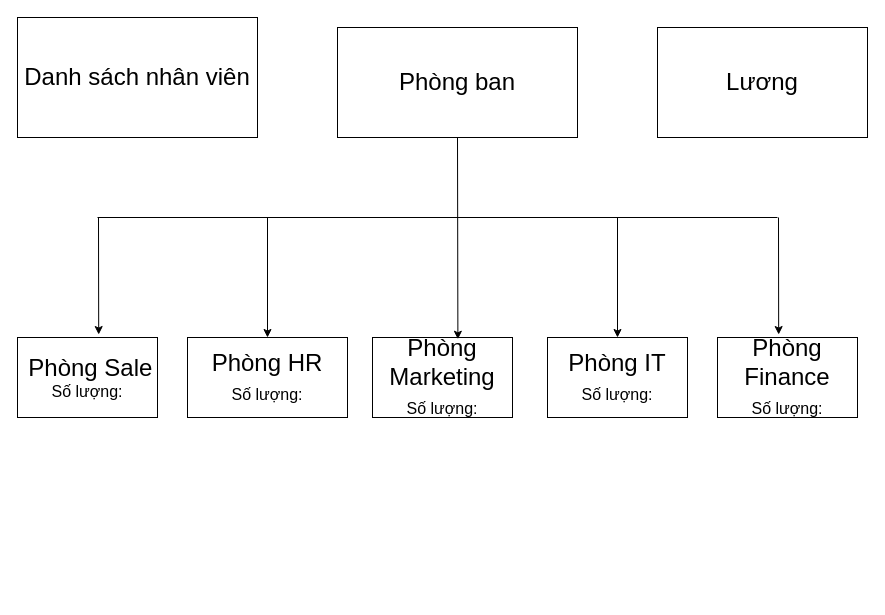
Before: page "Phòng ban" (2 of 4) of src/ASM2.drawio in lenhanhao209/FUNIX-ASM-REACT, a draw.io diagram. Source tidied: cells renumbered, new cells numbered last; positions are measured from the earlier drawing's top-left corner, leaving out a move shared by most shapes. Both pictures are drawn from the tidied source at 100%, with x=0, y=0 at pixel (17, 17).
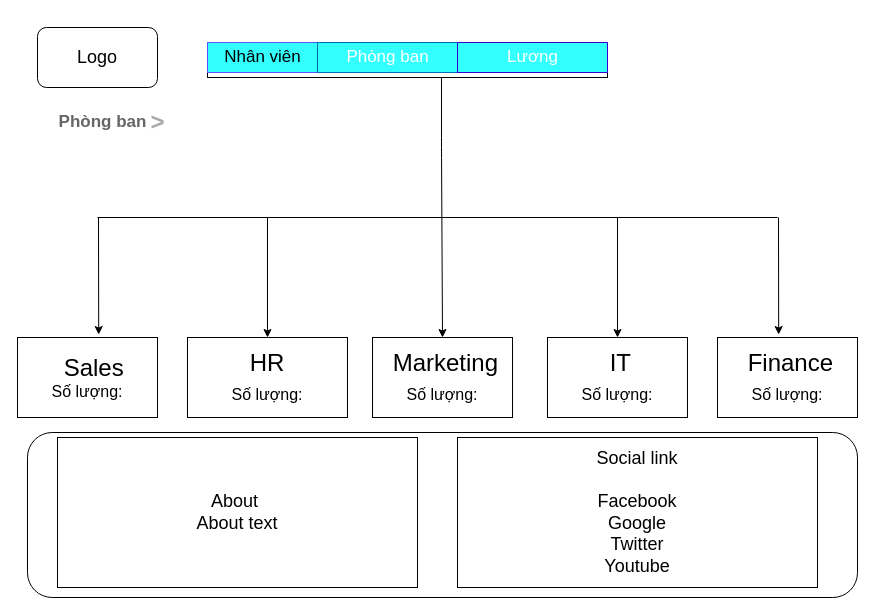
Above is the later version.

Change to the diagram source:
```diff
@@
-    <mxCell id="2" value="&lt;font style=&quot;font-size: 24px&quot;&gt;Danh sách nhân viên&lt;/font&gt;" style="rounded=0;whiteSpace=wrap;html=1;" parent="1" vertex="1">
-      <mxGeometry width="240" height="120" as="geometry" />
-    </mxCell>
-    <mxCell id="3" value="&lt;font style=&quot;font-size: 24px&quot;&gt;Phòng ban&lt;/font&gt;" style="rounded=0;whiteSpace=wrap;html=1;" parent="1" vertex="1">
-      <mxGeometry x="320" y="10" width="240" height="110" as="geometry" />
-    </mxCell>
-    <mxCell id="4" value="&lt;font style=&quot;font-size: 24px&quot;&gt;Lương&lt;/font&gt;" style="rounded=0;whiteSpace=wrap;html=1;" parent="1" vertex="1">
-      <mxGeometry x="640" y="10" width="210" height="110" as="geometry" />
-    </mxCell>
@@
-    <mxCell id="6" value="&lt;span style=&quot;font-size: 24px&quot;&gt;&amp;nbsp;Phòng Sale&lt;/span&gt;&lt;br&gt;&lt;font size=&quot;3&quot;&gt;Số lượng:&lt;/font&gt;" style="rounded=0;whiteSpace=wrap;html=1;" parent="1" vertex="1">
+    <mxCell id="6" value="&lt;span style=&quot;font-size: 24px&quot;&gt;&amp;nbsp; Sales&lt;/span&gt;&lt;br&gt;&lt;font size=&quot;3&quot;&gt;Số lượng:&lt;/font&gt;" style="rounded=0;whiteSpace=wrap;html=1;" parent="1" vertex="1">
       <mxGeometry y="320" width="140" height="80" as="geometry" />
     </mxCell>
-    <mxCell id="7" value="&lt;font style=&quot;font-size: 24px&quot;&gt;Phòng HR&lt;br&gt;&lt;span style=&quot;font-size: medium&quot;&gt;Số lượng:&lt;/span&gt;&lt;br&gt;&lt;/font&gt;" style="rounded=0;whiteSpace=wrap;html=1;" parent="1" vertex="1">
+    <mxCell id="7" value="&lt;font style=&quot;font-size: 24px&quot;&gt;HR&lt;br&gt;&lt;span style=&quot;font-size: medium&quot;&gt;Số lượng:&lt;/span&gt;&lt;br&gt;&lt;/font&gt;" style="rounded=0;whiteSpace=wrap;html=1;" parent="1" vertex="1">
       <mxGeometry x="170" y="320" width="160" height="80" as="geometry" />
     </mxCell>
-    <mxCell id="8" value="&lt;font style=&quot;font-size: 24px&quot;&gt;Phòng Marketing&lt;br&gt;&lt;span style=&quot;font-size: medium&quot;&gt;Số lượng:&lt;/span&gt;&lt;br&gt;&lt;/font&gt;" style="rounded=0;whiteSpace=wrap;html=1;" parent="1" vertex="1">
+    <mxCell id="8" value="&lt;font style=&quot;font-size: 24px&quot;&gt;&amp;nbsp;Marketing&lt;br&gt;&lt;span style=&quot;font-size: medium&quot;&gt;Số lượng:&lt;/span&gt;&lt;br&gt;&lt;/font&gt;" style="rounded=0;whiteSpace=wrap;html=1;" parent="1" vertex="1">
       <mxGeometry x="355" y="320" width="140" height="80" as="geometry" />
     </mxCell>
-    <mxCell id="9" value="&lt;font style=&quot;font-size: 24px&quot;&gt;Phòng IT&lt;br&gt;&lt;span style=&quot;font-size: medium&quot;&gt;Số lượng:&lt;/span&gt;&lt;span&gt;&#9;&lt;/span&gt;&lt;/font&gt;" style="rounded=0;whiteSpace=wrap;html=1;" parent="1" vertex="1">
+    <mxCell id="9" value="&lt;font style=&quot;font-size: 24px&quot;&gt;&amp;nbsp;IT&lt;br&gt;&lt;span style=&quot;font-size: medium&quot;&gt;Số lượng:&lt;/span&gt;&lt;span&gt;&#9;&lt;/span&gt;&lt;/font&gt;" style="rounded=0;whiteSpace=wrap;html=1;" parent="1" vertex="1">
       <mxGeometry x="530" y="320" width="140" height="80" as="geometry" />
     </mxCell>
-    <mxCell id="10" value="&lt;font style=&quot;font-size: 24px&quot;&gt;Phòng Finance&lt;br&gt;&lt;span style=&quot;font-size: medium&quot;&gt;Số lượng:&lt;/span&gt;&lt;br&gt;&lt;/font&gt;" style="rounded=0;whiteSpace=wrap;html=1;" parent="1" vertex="1">
+    <mxCell id="10" value="&lt;font style=&quot;font-size: 24px&quot;&gt;&amp;nbsp;Finance&lt;br&gt;&lt;span style=&quot;font-size: medium&quot;&gt;Số lượng:&lt;/span&gt;&lt;br&gt;&lt;/font&gt;" style="rounded=0;whiteSpace=wrap;html=1;" parent="1" vertex="1">
       <mxGeometry x="700" y="320" width="140" height="80" as="geometry" />
     </mxCell>
@@
-    <mxCell id="15" style="endArrow=classic;html=1;exitX=0.5;exitY=1;exitDx=0;exitDy=0;entryX=0.61;entryY=0.022;entryDx=0;entryDy=0;entryPerimeter=0;" parent="1" edge="1" source="3" target="8">
-      <mxGeometry relative="1" as="geometry" />
-    </mxCell>
+    <mxCell id="16" value="Logo" style="rounded=1;whiteSpace=wrap;html=1;fontSize=18;" parent="1" vertex="1">
+      <mxGeometry x="20" y="10" width="120" height="60" as="geometry" />
+    </mxCell>
+    <mxCell id="17" style="strokeWidth=1;shadow=0;dashed=0;align=center;html=1;shape=mxgraph.mockup.forms.rrect;rSize=0;fontSize=18;gradientColor=none;" parent="1" vertex="1">
+      <mxGeometry x="190" y="25" width="400" height="35" as="geometry" />
+    </mxCell>
+    <mxCell id="18" value="Nhân viên" style="fillColor=#33FFFF;strokeWidth=1;shadow=0;dashed=0;align=center;html=1;shape=mxgraph.mockup.forms.rrect;rSize=0;fontSize=17;strokeColor=#5656FC;" parent="17" vertex="1">
+      <mxGeometry width="110" height="30" as="geometry" />
+    </mxCell>
+    <mxCell id="19" value="Phòng ban" style="strokeColor=#006EAF;fillColor=#33FFFF;strokeWidth=1;shadow=0;dashed=0;align=center;html=1;shape=mxgraph.mockup.forms.rrect;rSize=0;fontSize=17;fontColor=#ffffff;" parent="17" vertex="1">
+      <mxGeometry x="110" width="140" height="30" as="geometry" />
+    </mxCell>
+    <mxCell id="4" value="Lương" style="strokeColor=#3700CC;fillColor=#33FFFF;strokeWidth=1;shadow=0;dashed=0;align=center;html=1;shape=mxgraph.mockup.forms.rrect;rSize=0;fontSize=17;fontColor=#ffffff;" parent="17" vertex="1">
+      <mxGeometry x="250" width="150" height="30" as="geometry" />
+    </mxCell>
+    <mxCell id="20" style="edgeStyle=none;html=1;fontSize=18;" parent="17" edge="1" target="17">
+      <mxGeometry relative="1" as="geometry">
+        <mxPoint x="400" y="15" as="sourcePoint" />
+      </mxGeometry>
+    </mxCell>
+    <mxCell id="21" value="Phòng ban" style="strokeWidth=1;shadow=0;dashed=0;align=center;html=1;shape=mxgraph.mockup.navigation.anchor;fontSize=17;fontColor=#666666;fontStyle=1;fillColor=#33FFFF;" parent="1" vertex="1">
+      <mxGeometry x="40" y="90" width="90" height="30" as="geometry" />
+    </mxCell>
+    <mxCell id="22" value="&gt;" style="strokeWidth=1;shadow=0;dashed=0;align=center;html=1;shape=mxgraph.mockup.navigation.anchor;fontSize=24;fontColor=#aaaaaa;fontStyle=1;fillColor=#33FFFF;" parent="1" vertex="1">
+      <mxGeometry x="130" y="90" width="20" height="30" as="geometry" />
+    </mxCell>
+    <mxCell id="23" style="endArrow=classic;html=1;fontSize=18;fontColor=#FFFFFF;entryX=0.5;entryY=0;entryDx=0;entryDy=0;" parent="1" edge="1" target="8">
+      <mxGeometry relative="1" as="geometry">
+        <mxPoint x="424" y="60" as="sourcePoint" />
+        <Array as="points">
+          <mxPoint x="424" y="130" />
+        </Array>
+      </mxGeometry>
+    </mxCell>
+    <mxCell id="24" style="edgeStyle=none;html=1;fontSize=18;fontColor=#FFFFFF;" parent="1" edge="1">
+      <mxGeometry relative="1" as="geometry">
+        <mxPoint x="260" y="420" as="sourcePoint" />
+        <mxPoint x="260" y="420" as="targetPoint" />
+      </mxGeometry>
+    </mxCell>
+    <mxCell id="25" style="edgeStyle=none;html=1;fontSize=18;fontColor=#FFFFFF;" parent="1" edge="1">
+      <mxGeometry relative="1" as="geometry">
+        <mxPoint x="260" y="410" as="sourcePoint" />
+        <mxPoint x="260" y="410" as="targetPoint" />
+      </mxGeometry>
+    </mxCell>
+    <mxCell id="26" style="rounded=1;whiteSpace=wrap;html=1;fontSize=18;" parent="1" vertex="1">
+      <mxGeometry x="10" y="415" width="830" height="165" as="geometry" />
+    </mxCell>
+    <mxCell id="27" value="About&amp;nbsp;&lt;br&gt;About text" style="rounded=0;whiteSpace=wrap;html=1;fontSize=18;" parent="1" vertex="1">
+      <mxGeometry x="40" y="420" width="360" height="150" as="geometry" />
+    </mxCell>
+    <mxCell id="28" value="Social link&lt;br&gt;&lt;br&gt;Facebook&lt;br&gt;Google&lt;br&gt;Twitter&lt;br&gt;Youtube&lt;br&gt;" style="rounded=0;whiteSpace=wrap;html=1;fontSize=18;" parent="1" vertex="1">
+      <mxGeometry x="440" y="420" width="360" height="150" as="geometry" />
+    </mxCell>
```
